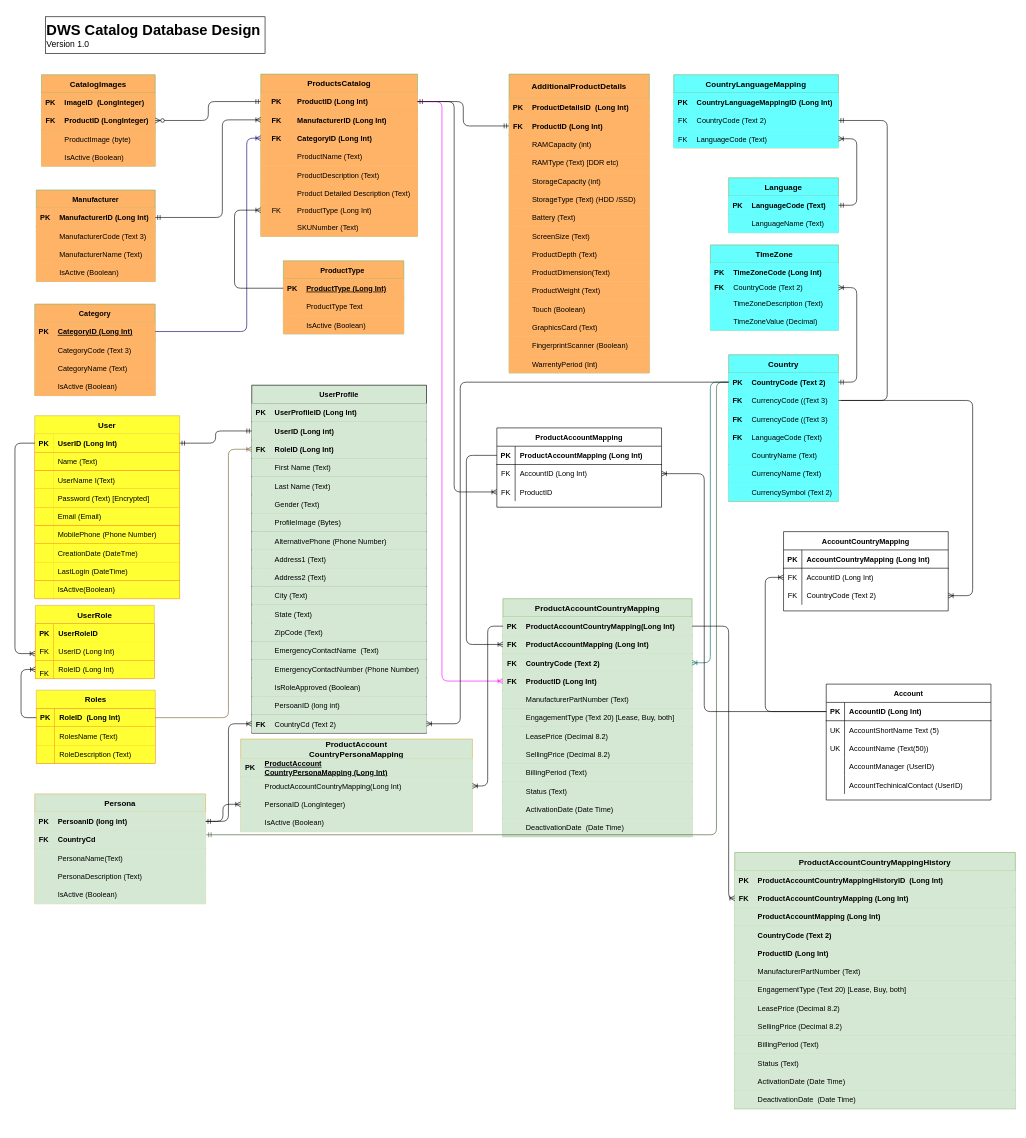
bgunupati/DrawIO keeps this draw.io diagram as Drawings/CatalogDesign.drawio. Above is the earlier version. Source tidied: cells renumbered, new cells numbered last; positions are measured from the earlier drawing's top-left corner, leaving out a move shared by most shapes. Both pictures are drawn from the tidied source at 61%, with x=0, y=0 at pixel (15, 16).
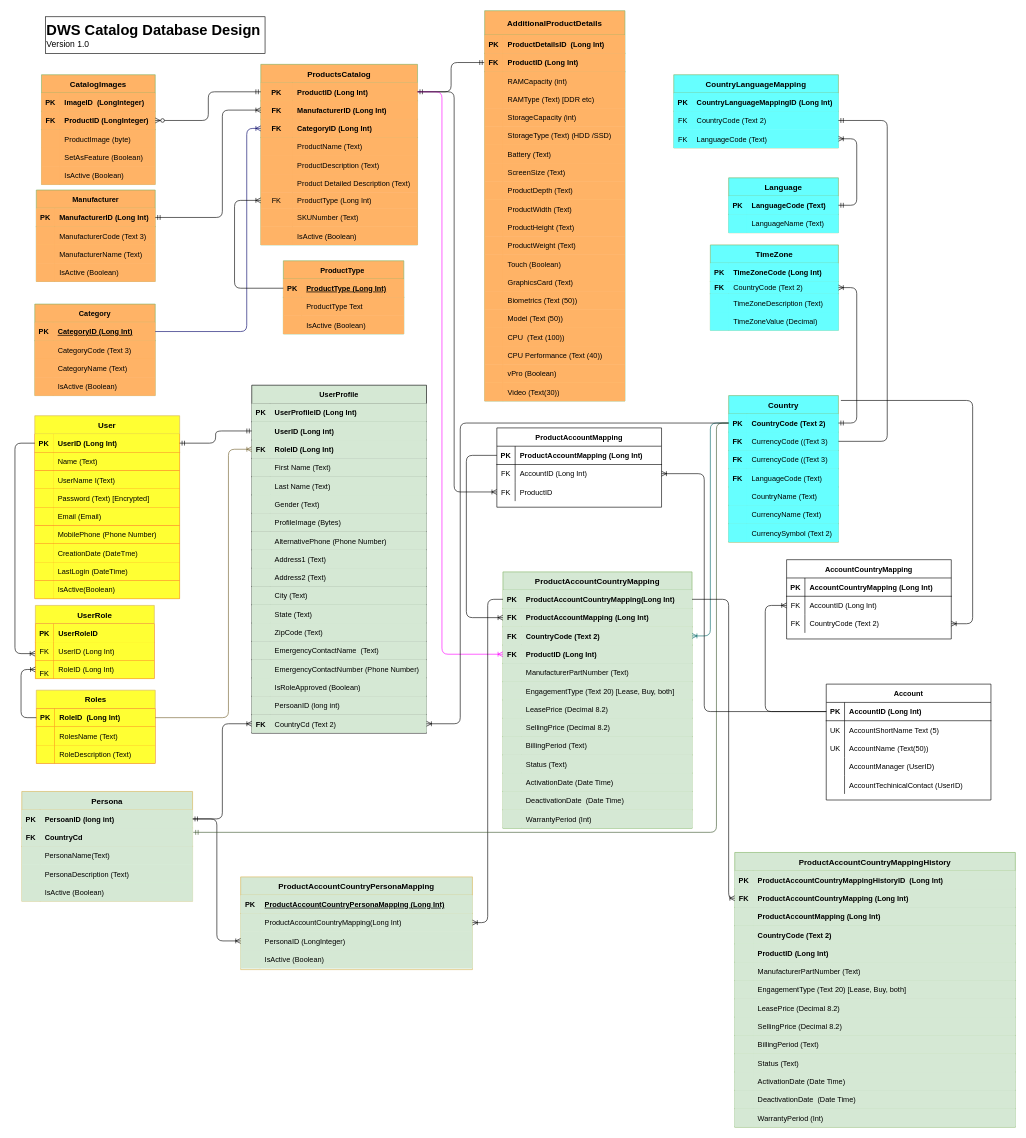
The same page after the edit.

The change refers to these unchanged cells:
```xml
<mxCell id="175" style="shape=partialRectangle;top=0;left=0;bottom=0;right=0;strokeColor=#82b366;fillColor=#FFB366;" parent="147" vertex="1">
  <mxGeometry y="310" width="230" height="30" as="geometry" />
</mxCell>
```

Change to the diagram source:
```diff
@@
     <mxCell id="2" value="ProductsCatalog" style="shape=table;startSize=30;childLayout=tableLayout;rowLines=0;fontStyle=1;align=center;strokeColor=#82b366;fontSize=13;fillColor=#FFB366;" parent="1" vertex="1">
-      <mxGeometry x="403" y="94" width="257" height="266" as="geometry" />
+      <mxGeometry x="403" y="78" width="257" height="296" as="geometry" />
     </mxCell>
@@
+    <mxCell id="446" style="shape=partialRectangle;top=0;left=0;bottom=0;right=0;strokeColor=#82b366;fillColor=#FFB366;" parent="2" vertex="1">
+      <mxGeometry y="266" width="257" height="30" as="geometry" />
+    </mxCell>
+    <mxCell id="447" style="shape=partialRectangle;top=0;left=0;bottom=0;right=0;overflow=hidden;strokeColor=#82b366;fillColor=#FFB366;" parent="446" vertex="1">
+      <mxGeometry width="52" height="30" as="geometry" />
+    </mxCell>
+    <mxCell id="448" value="IsActive (Boolean)" style="shape=partialRectangle;top=0;left=0;bottom=0;right=0;align=left;spacingLeft=6;overflow=hidden;strokeColor=#82b366;fillColor=#FFB366;" parent="446" vertex="1">
+      <mxGeometry x="52" width="205" height="30" as="geometry" />
+    </mxCell>
     <mxCell id="27" value="CatalogImages" style="shape=table;startSize=30;childLayout=tableLayout;rowLines=0;fontStyle=1;align=center;strokeColor=#82b366;fontSize=13;fillColor=#FFB366;" parent="1" vertex="1">
-      <mxGeometry x="43.5" y="95" width="186.5" height="150" as="geometry" />
+      <mxGeometry x="43.5" y="95" width="186.5" height="180" as="geometry" />
     </mxCell>
@@
+    <mxCell id="449" style="shape=partialRectangle;top=0;left=0;bottom=0;right=0;strokeColor=#82b366;fillColor=#FFB366;" parent="27" vertex="1">
+      <mxGeometry y="120" width="186.5" height="30" as="geometry" />
+    </mxCell>
+    <mxCell id="450" style="shape=partialRectangle;top=0;left=0;bottom=0;right=0;overflow=hidden;strokeColor=#82b366;fillColor=#FFB366;" parent="449" vertex="1">
+      <mxGeometry width="30" height="30" as="geometry" />
+    </mxCell>
+    <mxCell id="451" value="SetAsFeature (Boolean)" style="shape=partialRectangle;top=0;left=0;bottom=0;right=0;align=left;spacingLeft=6;overflow=hidden;strokeColor=#82b366;fillColor=#FFB366;" parent="449" vertex="1">
+      <mxGeometry x="30" width="156.5" height="30" as="geometry" />
+    </mxCell>
     <mxCell id="37" style="shape=partialRectangle;top=0;left=0;bottom=0;right=0;strokeColor=#82b366;fillColor=#FFB366;" parent="27" vertex="1">
-      <mxGeometry y="120" width="186.5" height="30" as="geometry" />
+      <mxGeometry y="150" width="186.5" height="30" as="geometry" />
     </mxCell>
@@
     <mxCell id="54" value="Country" style="shape=table;startSize=30;childLayout=tableLayout;rowLines=0;fontStyle=1;align=center;fillColor=#66FFFF;strokeColor=#82b366;fontSize=13;" parent="1" vertex="1">
-      <mxGeometry x="1170" y="554" width="180" height="240" as="geometry" />
+      <mxGeometry x="1170" y="621" width="180" height="240" as="geometry" />
     </mxCell>
@@
-    <mxCell id="95" value="ProductAccount&#10;CountryPersonaMapping" style="shape=table;startSize=32;childLayout=tableLayout;rowLines=0;fontStyle=1;align=center;fillColor=#D5E8D4;strokeColor=#d6b656;fontSize=13;" parent="1" vertex="1">
-      <mxGeometry x="370" y="1184" width="380" height="152" as="geometry" />
+    <mxCell id="95" value="ProductAccountCountryPersonaMapping" style="shape=table;startSize=30;childLayout=tableLayout;rowLines=0;fontStyle=1;align=center;fillColor=#D5E8D4;strokeColor=#d6b656;fontSize=13;" parent="1" vertex="1">
+      <mxGeometry x="370" y="1410" width="380" height="152" as="geometry" />
     </mxCell>
     <mxCell id="96" style="shape=partialRectangle;fillColor=#D5E8D4;top=0;left=0;bottom=1;right=0;strokeColor=#d6b656;" parent="95" vertex="1">
-      <mxGeometry y="32" width="380" height="30" as="geometry" />
+      <mxGeometry y="30" width="380" height="30" as="geometry" />
     </mxCell>
@@
-    <mxCell id="98" value="ProductAccount&#10;CountryPersonaMapping (Long Int)" style="shape=partialRectangle;fillColor=#D5E8D4;top=0;left=0;bottom=0;right=0;align=left;spacingLeft=6;fontStyle=5;overflow=hidden;strokeColor=#d6b656;" parent="96" vertex="1">
+    <mxCell id="98" value="ProductAccountCountryPersonaMapping (Long Int)" style="shape=partialRectangle;fillColor=#D5E8D4;top=0;left=0;bottom=0;right=0;align=left;spacingLeft=6;fontStyle=5;overflow=hidden;strokeColor=#d6b656;" parent="96" vertex="1">
       <mxGeometry x="31.8" width="348.2" height="30" as="geometry" />
     </mxCell>
     <mxCell id="99" style="shape=partialRectangle;fillColor=#D5E8D4;top=0;left=0;bottom=0;right=0;points=[[0,0.5],[1,0.5]];portConstraint=eastwest;strokeColor=#d6b656;" parent="95" vertex="1">
-      <mxGeometry y="62" width="380" height="30" as="geometry" />
+      <mxGeometry y="60" width="380" height="30" as="geometry" />
     </mxCell>
@@
     <mxCell id="102" style="shape=partialRectangle;fillColor=#D5E8D4;top=0;left=0;bottom=0;right=0;points=[[0,0.5],[1,0.5]];portConstraint=eastwest;strokeColor=#d6b656;" parent="95" vertex="1">
-      <mxGeometry y="92" width="380" height="30" as="geometry" />
+      <mxGeometry y="90" width="380" height="30" as="geometry" />
     </mxCell>
@@
     <mxCell id="105" style="shape=partialRectangle;fillColor=#D5E8D4;top=0;left=0;bottom=0;right=0;strokeColor=#d6b656;" parent="95" vertex="1">
-      <mxGeometry y="122" width="380" height="30" as="geometry" />
+      <mxGeometry y="120" width="380" height="30" as="geometry" />
     </mxCell>
@@
     <mxCell id="147" value="AdditionalProductDetails" style="shape=table;startSize=40;childLayout=tableLayout;rowLines=0;fontStyle=1;align=center;strokeColor=#82b366;fontSize=13;fillColor=#FFB366;" parent="1" vertex="1">
-      <mxGeometry x="810" y="94" width="230" height="490" as="geometry" />
+      <mxGeometry x="770" y="-10" width="230" height="640" as="geometry" />
     </mxCell>
@@
-    <mxCell id="177" value="ProductDimension(Text)" style="shape=partialRectangle;top=0;left=0;bottom=0;right=0;align=left;spacingLeft=6;overflow=hidden;strokeColor=#82b366;fillColor=#FFB366;" parent="175" vertex="1">
+    <mxCell id="177" value="ProductWidth (Text)" style="shape=partialRectangle;top=0;left=0;bottom=0;right=0;align=left;spacingLeft=6;overflow=hidden;strokeColor=#82b366;fillColor=#FFB366;" parent="175" vertex="1">
       <mxGeometry x="30" width="200" height="30" as="geometry" />
     </mxCell>
+    <mxCell id="452" style="shape=partialRectangle;top=0;left=0;bottom=0;right=0;strokeColor=#82b366;fillColor=#FFB366;" parent="147" vertex="1">
+      <mxGeometry y="340" width="230" height="30" as="geometry" />
+    </mxCell>
+    <mxCell id="453" style="shape=partialRectangle;top=0;left=0;bottom=0;right=0;overflow=hidden;strokeColor=#82b366;fillColor=#FFB366;" parent="452" vertex="1">
+      <mxGeometry width="30" height="30" as="geometry" />
+    </mxCell>
+    <mxCell id="454" value="ProductHeight (Text)" style="shape=partialRectangle;top=0;left=0;bottom=0;right=0;align=left;spacingLeft=6;overflow=hidden;strokeColor=#82b366;fillColor=#FFB366;" parent="452" vertex="1">
+      <mxGeometry x="30" width="200" height="30" as="geometry" />
+    </mxCell>
     <mxCell id="178" style="shape=partialRectangle;top=0;left=0;bottom=0;right=0;strokeColor=#82b366;fillColor=#FFB366;" parent="147" vertex="1">
-      <mxGeometry y="340" width="230" height="30" as="geometry" />
+      <mxGeometry y="370" width="230" height="30" as="geometry" />
     </mxCell>
@@
     <mxCell id="181" style="shape=partialRectangle;top=0;left=0;bottom=0;right=0;strokeColor=#82b366;fillColor=#FFB366;" parent="147" vertex="1">
-      <mxGeometry y="370" width="230" height="30" as="geometry" />
+      <mxGeometry y="400" width="230" height="30" as="geometry" />
     </mxCell>
@@
     <mxCell id="184" style="shape=partialRectangle;top=0;left=0;bottom=0;right=0;strokeColor=#82b366;fillColor=#FFB366;" parent="147" vertex="1">
-      <mxGeometry y="400" width="230" height="30" as="geometry" />
+      <mxGeometry y="430" width="230" height="30" as="geometry" />
     </mxCell>
@@
     <mxCell id="187" style="shape=partialRectangle;top=0;left=0;bottom=0;right=0;strokeColor=#82b366;fillColor=#FFB366;" parent="147" vertex="1">
-      <mxGeometry y="430" width="230" height="30" as="geometry" />
+      <mxGeometry y="460" width="230" height="30" as="geometry" />
     </mxCell>
@@
-    <mxCell id="189" value="FingerprintScanner (Boolean)" style="shape=partialRectangle;top=0;left=0;bottom=0;right=0;align=left;spacingLeft=6;overflow=hidden;strokeColor=#82b366;fillColor=#FFB366;" parent="187" vertex="1">
+    <mxCell id="189" value="Biometrics (Text (50))" style="shape=partialRectangle;top=0;left=0;bottom=0;right=0;align=left;spacingLeft=6;overflow=hidden;strokeColor=#82b366;fillColor=#FFB366;" parent="187" vertex="1">
       <mxGeometry x="30" width="200" height="30" as="geometry" />
     </mxCell>
-    <mxCell id="190" style="shape=partialRectangle;top=0;left=0;bottom=0;right=0;strokeColor=#82b366;fillColor=#FFB366;" parent="147" vertex="1">
-      <mxGeometry y="460" width="230" height="30" as="geometry" />
-    </mxCell>
-    <mxCell id="191" style="shape=partialRectangle;top=0;left=0;bottom=0;right=0;overflow=hidden;strokeColor=#82b366;fillColor=#FFB366;" parent="190" vertex="1">
-      <mxGeometry width="30" height="30" as="geometry" />
-    </mxCell>
-    <mxCell id="192" value="WarrentyPeriod (Int) " style="shape=partialRectangle;top=0;left=0;bottom=0;right=0;align=left;spacingLeft=6;overflow=hidden;strokeColor=#82b366;fillColor=#FFB366;" parent="190" vertex="1">
-      <mxGeometry x="30" width="200" height="30" as="geometry" />
-    </mxCell>
+    <mxCell id="455" style="shape=partialRectangle;top=0;left=0;bottom=0;right=0;strokeColor=#82b366;fillColor=#FFB366;" parent="147" vertex="1">
+      <mxGeometry y="490" width="230" height="30" as="geometry" />
+    </mxCell>
+    <mxCell id="456" style="shape=partialRectangle;top=0;left=0;bottom=0;right=0;overflow=hidden;strokeColor=#82b366;fillColor=#FFB366;" parent="455" vertex="1">
+      <mxGeometry width="30" height="30" as="geometry" />
+    </mxCell>
+    <mxCell id="457" value="Model (Text (50))" style="shape=partialRectangle;top=0;left=0;bottom=0;right=0;align=left;spacingLeft=6;overflow=hidden;strokeColor=#82b366;fillColor=#FFB366;" parent="455" vertex="1">
+      <mxGeometry x="30" width="200" height="30" as="geometry" />
+    </mxCell>
+    <mxCell id="458" style="shape=partialRectangle;top=0;left=0;bottom=0;right=0;strokeColor=#82b366;fillColor=#FFB366;" parent="147" vertex="1">
+      <mxGeometry y="520" width="230" height="30" as="geometry" />
+    </mxCell>
+    <mxCell id="459" style="shape=partialRectangle;top=0;left=0;bottom=0;right=0;overflow=hidden;strokeColor=#82b366;fillColor=#FFB366;" parent="458" vertex="1">
+      <mxGeometry width="30" height="30" as="geometry" />
+    </mxCell>
+    <mxCell id="460" value="CPU  (Text (100))" style="shape=partialRectangle;top=0;left=0;bottom=0;right=0;align=left;spacingLeft=6;overflow=hidden;strokeColor=#82b366;fillColor=#FFB366;" parent="458" vertex="1">
+      <mxGeometry x="30" width="200" height="30" as="geometry" />
+    </mxCell>
+    <mxCell id="461" style="shape=partialRectangle;top=0;left=0;bottom=0;right=0;strokeColor=#82b366;fillColor=#FFB366;" parent="147" vertex="1">
+      <mxGeometry y="550" width="230" height="30" as="geometry" />
+    </mxCell>
+    <mxCell id="462" style="shape=partialRectangle;top=0;left=0;bottom=0;right=0;overflow=hidden;strokeColor=#82b366;fillColor=#FFB366;" parent="461" vertex="1">
+      <mxGeometry width="30" height="30" as="geometry" />
+    </mxCell>
+    <mxCell id="463" value="CPU Performance (Text (40))" style="shape=partialRectangle;top=0;left=0;bottom=0;right=0;align=left;spacingLeft=6;overflow=hidden;strokeColor=#82b366;fillColor=#FFB366;" parent="461" vertex="1">
+      <mxGeometry x="30" width="200" height="30" as="geometry" />
+    </mxCell>
+    <mxCell id="464" style="shape=partialRectangle;top=0;left=0;bottom=0;right=0;strokeColor=#82b366;fillColor=#FFB366;" parent="147" vertex="1">
+      <mxGeometry y="580" width="230" height="30" as="geometry" />
+    </mxCell>
+    <mxCell id="465" style="shape=partialRectangle;top=0;left=0;bottom=0;right=0;overflow=hidden;strokeColor=#82b366;fillColor=#FFB366;" parent="464" vertex="1">
+      <mxGeometry width="30" height="30" as="geometry" />
+    </mxCell>
+    <mxCell id="466" value="vPro (Boolean)" style="shape=partialRectangle;top=0;left=0;bottom=0;right=0;align=left;spacingLeft=6;overflow=hidden;strokeColor=#82b366;fillColor=#FFB366;" parent="464" vertex="1">
+      <mxGeometry x="30" width="200" height="30" as="geometry" />
+    </mxCell>
+    <mxCell id="467" style="shape=partialRectangle;top=0;left=0;bottom=0;right=0;strokeColor=#82b366;fillColor=#FFB366;" parent="147" vertex="1">
+      <mxGeometry y="610" width="230" height="30" as="geometry" />
+    </mxCell>
+    <mxCell id="468" style="shape=partialRectangle;top=0;left=0;bottom=0;right=0;overflow=hidden;strokeColor=#82b366;fillColor=#FFB366;" parent="467" vertex="1">
+      <mxGeometry width="30" height="30" as="geometry" />
+    </mxCell>
+    <mxCell id="469" value="Video (Text(30))" style="shape=partialRectangle;top=0;left=0;bottom=0;right=0;align=left;spacingLeft=6;overflow=hidden;strokeColor=#82b366;fillColor=#FFB366;" parent="467" vertex="1">
+      <mxGeometry x="30" width="200" height="30" as="geometry" />
+    </mxCell>
     <mxCell id="193" value="ProductAccountCountryMapping" style="shape=table;startSize=30;childLayout=tableLayout;rowLines=0;fontStyle=1;align=center;fillColor=#d5e8d4;strokeColor=#82b366;fontSize=13;" parent="1" vertex="1">
-      <mxGeometry x="800" y="954" width="310" height="390" as="geometry" />
+      <mxGeometry x="800" y="910" width="310" height="420" as="geometry" />
     </mxCell>
@@
+    <mxCell id="470" style="shape=partialRectangle;fillColor=#d5e8d4;top=0;left=0;bottom=1;right=0;strokeColor=#82b366;" parent="193" vertex="1">
+      <mxGeometry y="390" width="310" height="30" as="geometry" />
+    </mxCell>
+    <mxCell id="471" style="shape=partialRectangle;fillColor=#d5e8d4;top=0;left=0;bottom=0;right=0;fontStyle=1;overflow=hidden;strokeColor=#82b366;" parent="470" vertex="1">
+      <mxGeometry width="30" height="30" as="geometry" />
+    </mxCell>
+    <mxCell id="472" value="WarrantyPeriod (Int) " style="shape=partialRectangle;fillColor=#d5e8d4;top=0;left=0;bottom=0;right=0;align=left;spacingLeft=6;fontStyle=0;overflow=hidden;strokeColor=#82b366;" parent="470" vertex="1">
+      <mxGeometry x="30" width="280" height="30" as="geometry" />
+    </mxCell>
@@
     <mxCell id="289" value="Persona" style="shape=table;startSize=30;childLayout=tableLayout;rowLines=0;fontStyle=1;align=center;fillColor=#D5E8D4;strokeColor=#d6b656;fontSize=13;" parent="1" vertex="1">
-      <mxGeometry x="32.5" y="1274" width="280" height="180" as="geometry" />
+      <mxGeometry x="11.2" y="1270" width="280" height="180" as="geometry" />
     </mxCell>
@@
     <mxCell id="381" value="AccountCountryMapping" style="shape=table;startSize=30;childLayout=tableLayout;rowLines=0;fontStyle=1;align=center;" parent="1" vertex="1">
-      <mxGeometry x="1260" y="844" width="270" height="130" as="geometry" />
+      <mxGeometry x="1265" y="890" width="270" height="130" as="geometry" />
     </mxCell>
@@
     <mxCell id="394" value="ProductAccountCountryMappingHistory" style="shape=table;startSize=30;childLayout=tableLayout;rowLines=0;fontStyle=1;align=center;fillColor=#d5e8d4;strokeColor=#82b366;fontSize=13;" parent="1" vertex="1">
-      <mxGeometry x="1180" y="1370" width="460" height="420" as="geometry" />
+      <mxGeometry x="1180" y="1370" width="460" height="450" as="geometry" />
     </mxCell>
@@
+    <mxCell id="473" style="shape=partialRectangle;fillColor=#d5e8d4;top=0;left=0;bottom=1;right=0;strokeColor=#82b366;" parent="394" vertex="1">
+      <mxGeometry y="420" width="460" height="30" as="geometry" />
+    </mxCell>
+    <mxCell id="474" style="shape=partialRectangle;fillColor=#d5e8d4;top=0;left=0;bottom=0;right=0;fontStyle=1;overflow=hidden;strokeColor=#82b366;" parent="473" vertex="1">
+      <mxGeometry width="30" height="30" as="geometry" />
+    </mxCell>
+    <mxCell id="475" value="WarrantyPeriod (Int) " style="shape=partialRectangle;fillColor=#d5e8d4;top=0;left=0;bottom=0;right=0;align=left;spacingLeft=6;fontStyle=0;overflow=hidden;strokeColor=#82b366;" parent="473" vertex="1">
+      <mxGeometry x="30" width="430" height="30" as="geometry" />
+    </mxCell>
```
